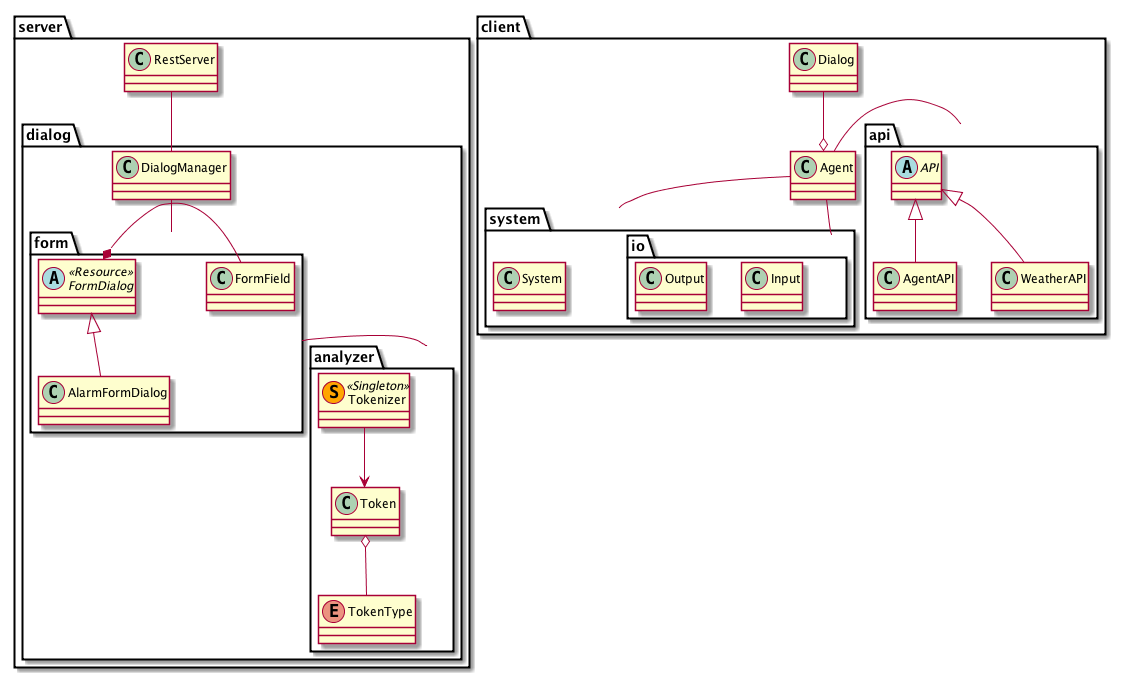
This is docs/conception/build/packageDiagram.png from alexandre-lelain/ihme-agent-assistant, a PlantUML export, as it was before one commit.
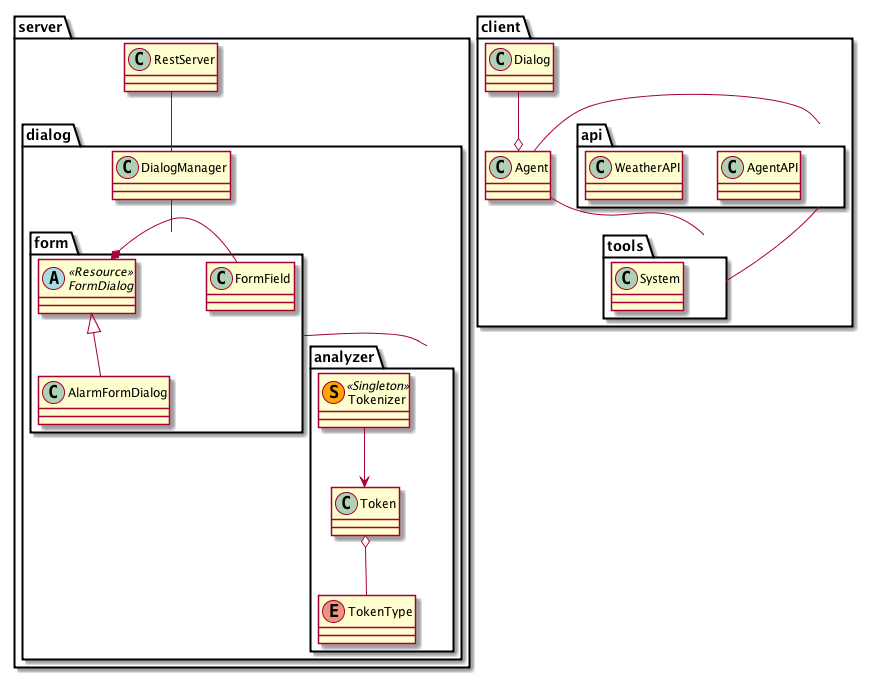
The same diagram one commit later.

What changed in the source:
```diff
@@ -33,27 +33,20 @@
 
 package client {
 class Agent
-package system {
-    package io {
-        class Input
-        class Output
-    }
+package tools {
     class System
 }
 class Dialog
 
 package api {
-    abstract class API
     class AgentAPI
     class WeatherAPI
 }
-API <|-- AgentAPI
-API <|-- WeatherAPI
 
-Agent  -down-  io
 Agent - api
 Agent  o-up-  Dialog
-Agent  -down-  system
+Agent  -down-  tools
+api - tools
 
 }
 
```
